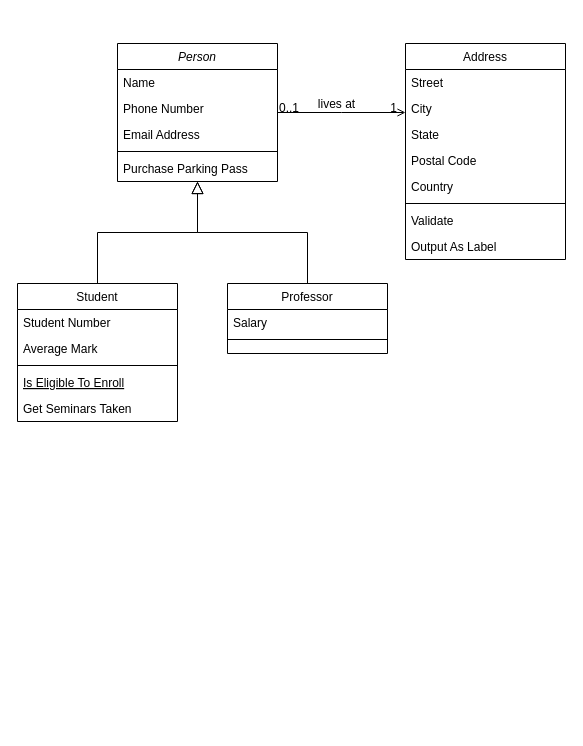
Earlier version of the draw.io diagram .drawio (aamrlyman/Battle-Ship-). Source tidied: cells renumbered, new cells numbered last; positions are measured from the earlier drawing's top-left corner, leaving out a move shared by most shapes. Both pictures are drawn from the tidied source at 100%, with x=0, y=0 at pixel (17, 43).
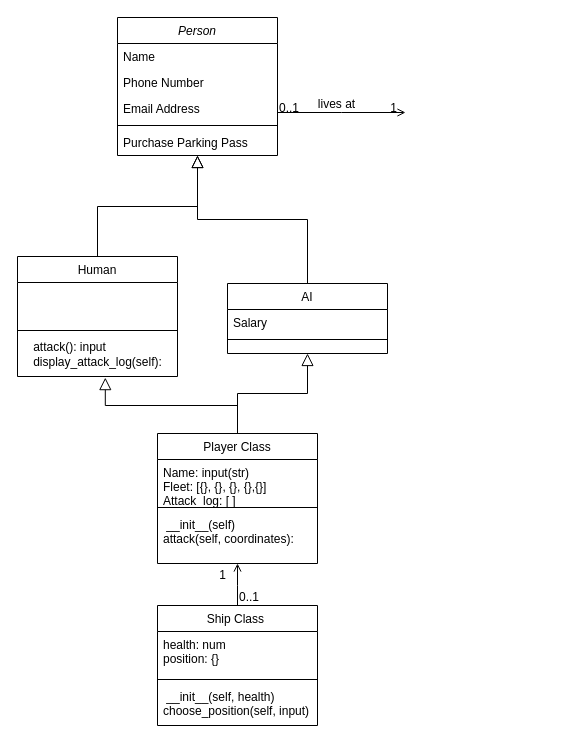
After the change.

What changed in the source:
```diff
@@
     <mxCell id="2" value="Person" style="swimlane;fontStyle=2;align=center;verticalAlign=top;horizontal=1;startSize=26;rounded=0;shadow=0;strokeWidth=1;" parent="1" vertex="1">
-      <mxGeometry x="100" width="160" height="138" as="geometry" />
+      <mxGeometry x="100" y="-26" width="160" height="138" as="geometry" />
     </mxCell>
@@
-    <mxCell id="8" value="Student" style="swimlane;fontStyle=0;align=center;verticalAlign=top;horizontal=1;startSize=26;rounded=0;shadow=0;strokeWidth=1;" parent="1" vertex="1">
-      <mxGeometry y="240" width="160" height="138" as="geometry" />
+    <mxCell id="8" value="Human" style="swimlane;fontStyle=0;align=center;verticalAlign=top;horizontal=1;startSize=26;rounded=0;shadow=0;strokeWidth=1;" parent="1" vertex="1">
+      <mxGeometry y="213" width="160" height="120" as="geometry" />
     </mxCell>
-    <mxCell id="9" value="Student Number" style="text;align=left;verticalAlign=top;spacingLeft=4;spacingRight=4;overflow=hidden;" parent="8" vertex="1">
-      <mxGeometry y="26" width="160" height="26" as="geometry" />
-    </mxCell>
-    <mxCell id="10" value="Average Mark" style="text;align=left;verticalAlign=top;spacingLeft=4;spacingRight=4;overflow=hidden;rounded=0;shadow=0;html=0;" parent="8" vertex="1">
-      <mxGeometry y="52" width="160" height="26" as="geometry" />
+    <mxCell id="10" value="&#10;" style="text;align=left;verticalAlign=top;spacingLeft=4;spacingRight=4;overflow=hidden;rounded=0;shadow=0;html=0;" parent="8" vertex="1">
+      <mxGeometry y="26" width="160" height="44" as="geometry" />
     </mxCell>
     <mxCell id="11" style="line;html=1;strokeWidth=1;align=left;verticalAlign=middle;spacingTop=-1;spacingLeft=3;spacingRight=3;labelPosition=right;" parent="8" vertex="1">
-      <mxGeometry y="78" width="160" height="8" as="geometry" />
+      <mxGeometry y="70" width="160" height="8" as="geometry" />
     </mxCell>
-    <mxCell id="12" value="Is Eligible To Enroll" style="text;align=left;verticalAlign=top;spacingLeft=4;spacingRight=4;overflow=hidden;fontStyle=4;" parent="8" vertex="1">
-      <mxGeometry y="86" width="160" height="26" as="geometry" />
-    </mxCell>
-    <mxCell id="13" value="Get Seminars Taken" style="text;align=left;verticalAlign=top;spacingLeft=4;spacingRight=4;overflow=hidden;" parent="8" vertex="1">
-      <mxGeometry y="112" width="160" height="26" as="geometry" />
-    </mxCell>
+    <mxCell id="32" value="&lt;div style=&quot;text-align: left;&quot;&gt;&lt;span style=&quot;background-color: initial;&quot;&gt;attack(): input&lt;/span&gt;&lt;/div&gt;&lt;span style=&quot;&quot;&gt;&lt;div style=&quot;text-align: left;&quot;&gt;&lt;span style=&quot;background-color: initial;&quot;&gt;display_attack_log(self):&lt;/span&gt;&lt;/div&gt;&lt;/span&gt;" style="text;html=1;align=center;verticalAlign=middle;strokeColor=none;fillColor=none;" parent="8" vertex="1">
+      <mxGeometry y="78" width="160" height="40" as="geometry" />
+    </mxCell>
@@
-    <mxCell id="15" value="Professor" style="swimlane;fontStyle=0;align=center;verticalAlign=top;horizontal=1;startSize=26;rounded=0;shadow=0;strokeWidth=1;" parent="1" vertex="1">
+    <mxCell id="15" value="AI" style="swimlane;fontStyle=0;align=center;verticalAlign=top;horizontal=1;startSize=26;rounded=0;shadow=0;strokeWidth=1;" parent="1" vertex="1">
       <mxGeometry x="210" y="240" width="160" height="70" as="geometry" />
     </mxCell>
@@
-    <mxCell id="19" value="Address" style="swimlane;fontStyle=0;align=center;verticalAlign=top;horizontal=1;startSize=26;rounded=0;shadow=0;strokeWidth=1;" parent="1" vertex="1">
-      <mxGeometry x="388" width="160" height="216" as="geometry" />
-    </mxCell>
-    <mxCell id="20" value="Street" style="text;align=left;verticalAlign=top;spacingLeft=4;spacingRight=4;overflow=hidden;" parent="19" vertex="1">
-      <mxGeometry y="26" width="160" height="26" as="geometry" />
-    </mxCell>
-    <mxCell id="21" value="City" style="text;align=left;verticalAlign=top;spacingLeft=4;spacingRight=4;overflow=hidden;rounded=0;shadow=0;html=0;" parent="19" vertex="1">
-      <mxGeometry y="52" width="160" height="26" as="geometry" />
-    </mxCell>
-    <mxCell id="22" value="State" style="text;align=left;verticalAlign=top;spacingLeft=4;spacingRight=4;overflow=hidden;rounded=0;shadow=0;html=0;" parent="19" vertex="1">
-      <mxGeometry y="78" width="160" height="26" as="geometry" />
-    </mxCell>
-    <mxCell id="23" value="Postal Code" style="text;align=left;verticalAlign=top;spacingLeft=4;spacingRight=4;overflow=hidden;rounded=0;shadow=0;html=0;" parent="19" vertex="1">
-      <mxGeometry y="104" width="160" height="26" as="geometry" />
-    </mxCell>
-    <mxCell id="24" value="Country" style="text;align=left;verticalAlign=top;spacingLeft=4;spacingRight=4;overflow=hidden;rounded=0;shadow=0;html=0;" parent="19" vertex="1">
-      <mxGeometry y="130" width="160" height="26" as="geometry" />
-    </mxCell>
-    <mxCell id="25" style="line;html=1;strokeWidth=1;align=left;verticalAlign=middle;spacingTop=-1;spacingLeft=3;spacingRight=3;labelPosition=right;" parent="19" vertex="1">
-      <mxGeometry y="156" width="160" height="8" as="geometry" />
-    </mxCell>
-    <mxCell id="26" value="Validate" style="text;align=left;verticalAlign=top;spacingLeft=4;spacingRight=4;overflow=hidden;" parent="19" vertex="1">
-      <mxGeometry y="164" width="160" height="26" as="geometry" />
-    </mxCell>
-    <mxCell id="27" value="Output As Label" style="text;align=left;verticalAlign=top;spacingLeft=4;spacingRight=4;overflow=hidden;" parent="19" vertex="1">
-      <mxGeometry y="190" width="160" height="26" as="geometry" />
-    </mxCell>
-    <mxCell id="28" style="endArrow=open;shadow=0;strokeWidth=1;rounded=0;endFill=1;edgeStyle=elbowEdgeStyle;elbow=vertical;" parent="1" edge="1" source="2" target="19">
+    <mxCell id="28" style="endArrow=open;shadow=0;strokeWidth=1;rounded=0;endFill=1;edgeStyle=elbowEdgeStyle;elbow=vertical;" parent="1" edge="1" source="2">
       <mxGeometry x="0.5" y="41" relative="1" as="geometry">
+        <mxPoint x="388" y="69" as="targetPoint" />
         <mxPoint x="-40" y="32" as="offset" />
       </mxGeometry>
     </mxCell>
@@
+    <mxCell id="33" value="Ship Class " style="swimlane;fontStyle=0;align=center;verticalAlign=top;horizontal=1;startSize=26;rounded=0;shadow=0;strokeWidth=1;" parent="1" vertex="1">
+      <mxGeometry x="140" y="562" width="160" height="120" as="geometry" />
+    </mxCell>
+    <mxCell id="34" value="health: num&#10;position: {}&#10;&#10;" style="text;align=left;verticalAlign=top;spacingLeft=4;spacingRight=4;overflow=hidden;rounded=0;shadow=0;html=0;" parent="33" vertex="1">
+      <mxGeometry y="26" width="160" height="44" as="geometry" />
+    </mxCell>
+    <mxCell id="35" style="line;html=1;strokeWidth=1;align=left;verticalAlign=middle;spacingTop=-1;spacingLeft=3;spacingRight=3;labelPosition=right;" parent="33" vertex="1">
+      <mxGeometry y="70" width="160" height="8" as="geometry" />
+    </mxCell>
+    <mxCell id="36" value=" __init__(self, health)&#10;choose_position(self, input)" style="text;align=left;verticalAlign=top;spacingLeft=4;spacingRight=4;overflow=hidden;" parent="33" vertex="1">
+      <mxGeometry y="78" width="160" height="42" as="geometry" />
+    </mxCell>
+    <mxCell id="37" value="Player Class" style="swimlane;fontStyle=0;align=center;verticalAlign=top;horizontal=1;startSize=26;rounded=0;shadow=0;strokeWidth=1;" parent="1" vertex="1">
+      <mxGeometry x="140" y="390" width="160" height="130" as="geometry" />
+    </mxCell>
+    <mxCell id="38" value="Name: input(str)&#10;Fleet: [{}, {}, {}, {},{}]&#10;Attack_log: [ ]&#10;" style="text;align=left;verticalAlign=top;spacingLeft=4;spacingRight=4;overflow=hidden;rounded=0;shadow=0;html=0;" parent="37" vertex="1">
+      <mxGeometry y="26" width="160" height="44" as="geometry" />
+    </mxCell>
+    <mxCell id="39" style="line;html=1;strokeWidth=1;align=left;verticalAlign=middle;spacingTop=-1;spacingLeft=3;spacingRight=3;labelPosition=right;" parent="37" vertex="1">
+      <mxGeometry y="70" width="160" height="8" as="geometry" />
+    </mxCell>
+    <mxCell id="40" value=" __init__(self)&#10;attack(self, coordinates):&#10;  &#10;" style="text;align=left;verticalAlign=top;spacingLeft=4;spacingRight=4;overflow=hidden;" parent="37" vertex="1">
+      <mxGeometry y="78" width="160" height="42" as="geometry" />
+    </mxCell>
+    <mxCell id="41" style="endArrow=block;endSize=10;endFill=0;shadow=0;strokeWidth=1;rounded=0;edgeStyle=elbowEdgeStyle;elbow=vertical;entryX=0.549;entryY=1.027;entryDx=0;entryDy=0;entryPerimeter=0;exitX=0.5;exitY=0;exitDx=0;exitDy=0;" parent="1" edge="1" source="37">
+      <mxGeometry relative="1" as="geometry">
+        <mxPoint x="290" y="310" as="targetPoint" />
+      </mxGeometry>
+    </mxCell>
+    <mxCell id="42" style="endArrow=block;endSize=10;endFill=0;shadow=0;strokeWidth=1;rounded=0;edgeStyle=elbowEdgeStyle;elbow=vertical;entryX=0.549;entryY=1.027;entryDx=0;entryDy=0;entryPerimeter=0;exitX=0.5;exitY=0;exitDx=0;exitDy=0;" parent="1" edge="1" source="37">
+      <mxGeometry relative="1" as="geometry">
+        <mxPoint x="87.8" y="334.1" as="targetPoint" />
+      </mxGeometry>
+    </mxCell>
+    <mxCell id="43" style="endArrow=open;shadow=0;strokeWidth=1;rounded=0;endFill=1;edgeStyle=elbowEdgeStyle;elbow=vertical;exitX=0.5;exitY=0;exitDx=0;exitDy=0;" parent="1" edge="1" source="33">
+      <mxGeometry x="0.5" y="41" relative="1" as="geometry">
+        <mxPoint x="220" y="520" as="targetPoint" />
+        <Array as="points">
+          <mxPoint x="40" y="542" />
+        </Array>
+        <mxPoint x="-40" y="32" as="offset" />
+      </mxGeometry>
+    </mxCell>
+    <mxCell id="44" value="0..1" style="align=left;verticalAlign=bottom;labelBackgroundColor=none;fontSize=12;" parent="43" vertex="1">
+      <mxGeometry x="-1" relative="1" as="geometry" />
+    </mxCell>
+    <mxCell id="45" value="1" style="align=right;verticalAlign=bottom;labelBackgroundColor=none;fontSize=12;" parent="43" vertex="1">
+      <mxGeometry x="1" relative="1" as="geometry">
+        <mxPoint x="-10" y="20" as="offset" />
+      </mxGeometry>
+    </mxCell>
```
